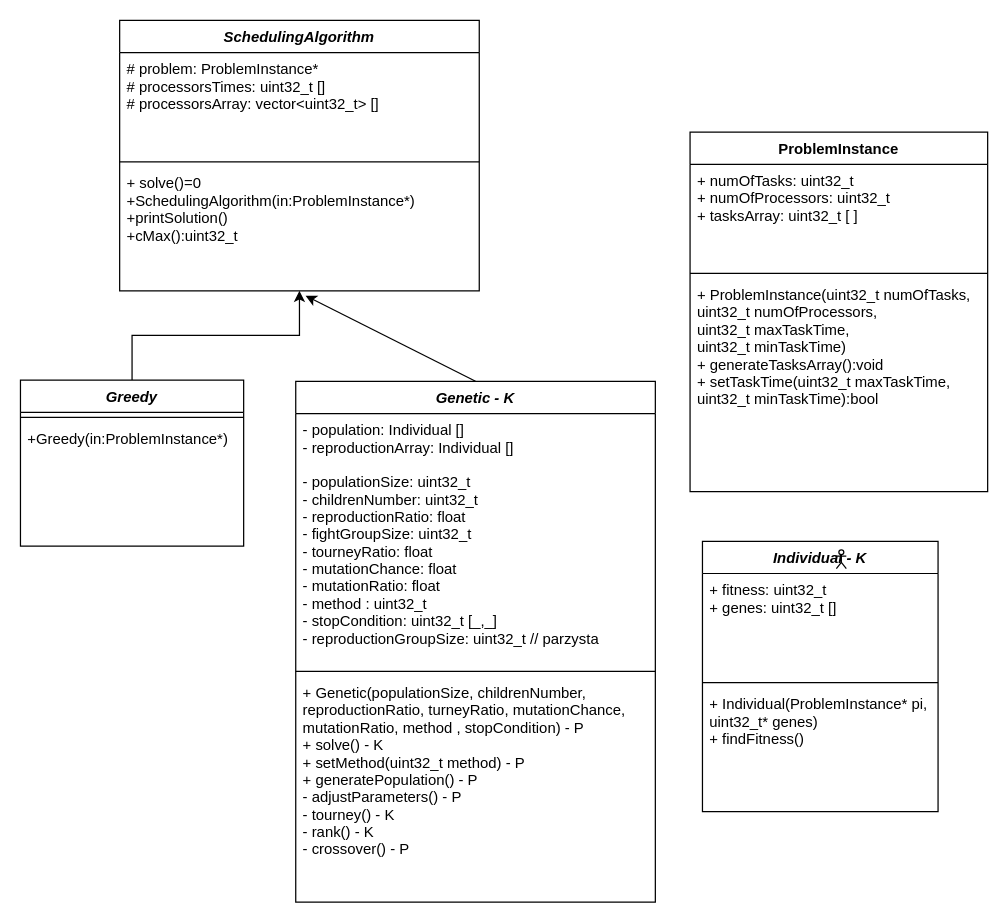
Earlier version of the draw.io diagram ClassDiagram.drawio (linek150/TasksSchedulingMetaheurystic). Source tidied: cells renumbered, new cells numbered last; positions are measured from the earlier drawing's top-left corner, leaving out a move shared by most shapes. Both pictures are drawn from the tidied source at 124%, with x=0, y=0 at pixel (20, 20).
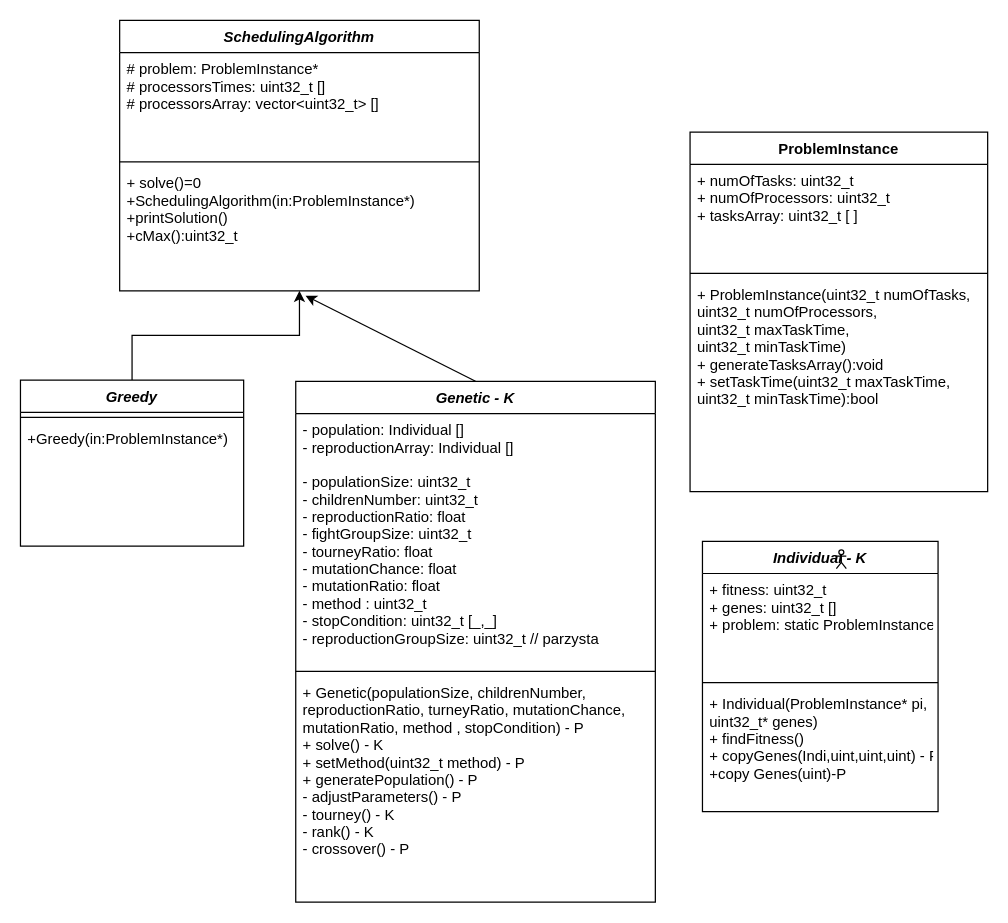
After the change.

Commit message (it also covers changes not shown here):
removes double delete error, static declaration

The change refers to these unchanged cells:
```xml
<mxCell id="19" value="Individual - K" style="swimlane;fontStyle=3;align=center;verticalAlign=top;horizontal=1;startSize=26;" parent="1" vertex="1">
  <mxGeometry x="550" y="420" width="190" height="218" as="geometry" />
</mxCell>
```

Change to the diagram source:
```diff
@@
-    <mxCell id="20" value="+ fitness: uint32_t&#10;+ genes: uint32_t []&#10;" style="text;strokeColor=none;fillColor=none;align=left;verticalAlign=top;spacingLeft=4;spacingRight=4;overflow=hidden;" parent="19" vertex="1">
+    <mxCell id="20" value="+ fitness: uint32_t&#10;+ genes: uint32_t []&#10;+ problem: static ProblemInstance*&#10;" style="text;strokeColor=none;fillColor=none;align=left;verticalAlign=top;spacingLeft=4;spacingRight=4;overflow=hidden;" parent="19" vertex="1">
       <mxGeometry y="26" width="190" height="84" as="geometry" />
     </mxCell>
@@
-    <mxCell id="22" value="+ Individual(ProblemInstance* pi,&#10;uint32_t* genes)&#10;+ findFitness()&#10;&#10;" style="text;strokeColor=none;fillColor=none;align=left;verticalAlign=top;spacingLeft=4;spacingRight=4;overflow=hidden;fontStyle=0;" parent="19" vertex="1">
+    <mxCell id="22" value="+ Individual(ProblemInstance* pi,&#10;uint32_t* genes)&#10;+ findFitness()&#10;+ copyGenes(Indi,uint,uint,uint) - P&#10;+copy Genes(uint)-P&#10;&#10;&#10;" style="text;strokeColor=none;fillColor=none;align=left;verticalAlign=top;spacingLeft=4;spacingRight=4;overflow=hidden;fontStyle=0;" parent="19" vertex="1">
       <mxGeometry y="118" width="190" height="100" as="geometry" />
     </mxCell>
```
